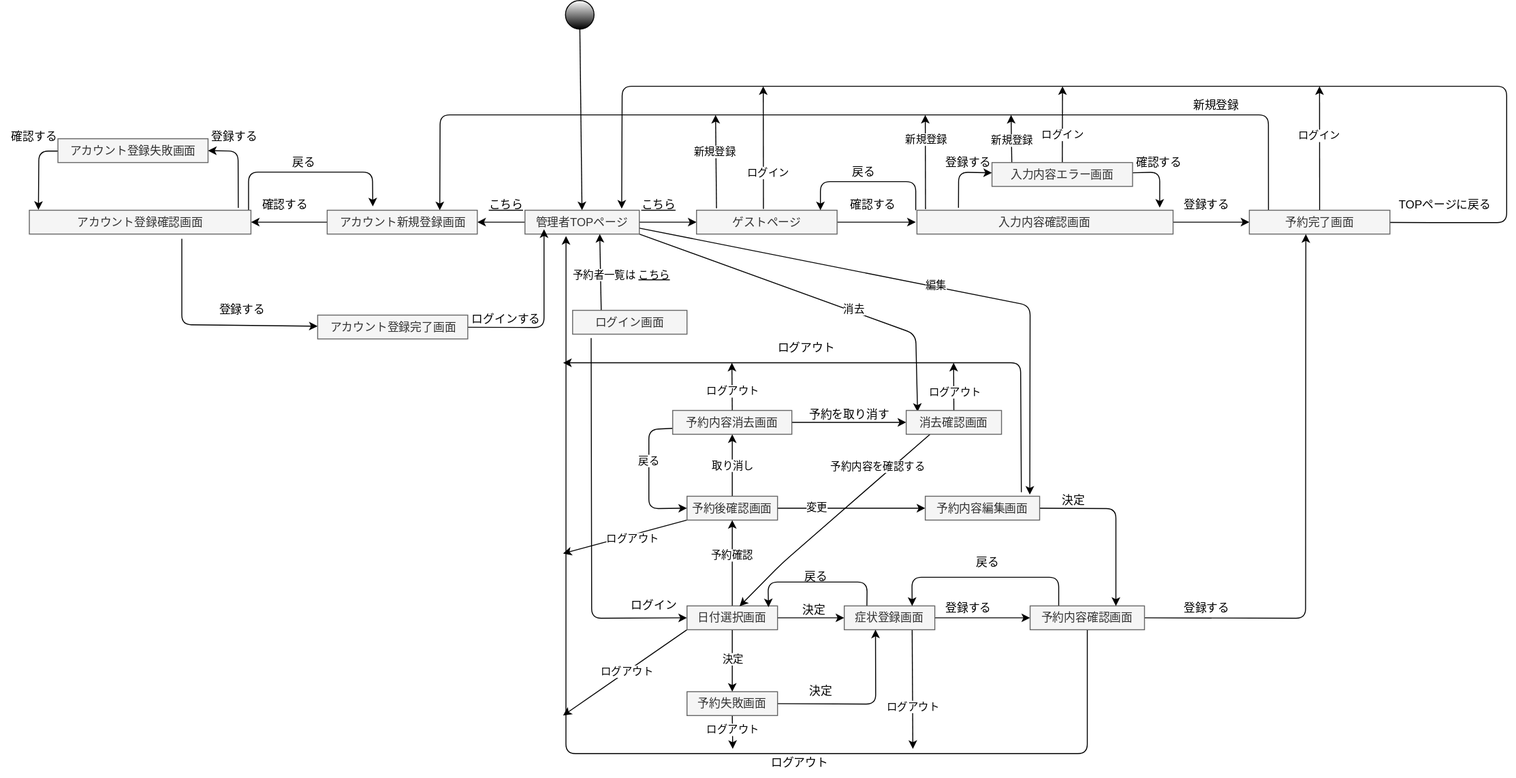
This is pja.drawio.svg from sakamotoshuri/uml_introduction, a draw.io export, as it was before one commit. Source tidied: cells renumbered, new cells last; positions are measured from the earlier drawing's top-left corner, leaving out a move shared by most shapes.
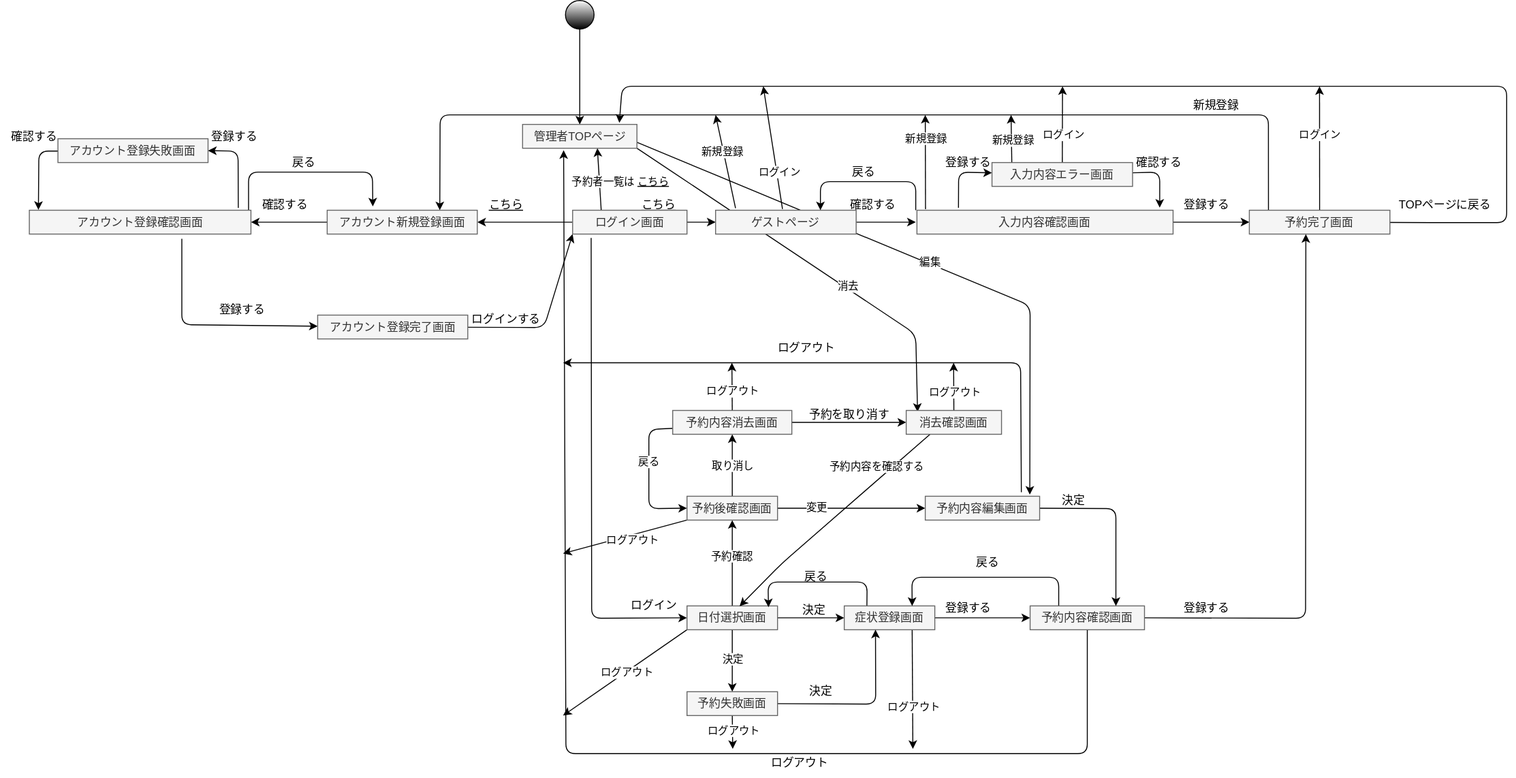
After the change.

What changed in the source:
```diff
@@ -8,10 +8,10 @@
     <mxCell id="3" style="ellipse;whiteSpace=wrap;html=1;gradientColor=#000000;" parent="1" vertex="1">
       <mxGeometry x="592.5" width="30" height="30" as="geometry" />
     </mxCell>
-    <mxCell id="4" style="edgeStyle=none;html=1;" parent="1" edge="1" source="13" target="19">
+    <mxCell id="4" style="edgeStyle=none;html=1;exitX=1;exitY=0.5;exitDx=0;exitDy=0;" parent="1" edge="1" source="115" target="19">
       <mxGeometry relative="1" as="geometry" />
     </mxCell>
-    <mxCell id="5" style="edgeStyle=none;html=1;" parent="1" edge="1" source="13" target="44">
+    <mxCell id="5" style="edgeStyle=none;html=1;exitX=0;exitY=0.5;exitDx=0;exitDy=0;" parent="1" edge="1" source="115" target="44">
       <mxGeometry relative="1" as="geometry" />
     </mxCell>
     <mxCell id="6" style="edgeStyle=none;html=1;startArrow=none;startFill=0;endArrow=classic;endFill=1;entryX=0;entryY=0.5;entryDx=0;entryDy=0;exitX=0.162;exitY=1.164;exitDx=0;exitDy=0;exitPerimeter=0;" parent="1" edge="1" source="115" target="68">
@@ -50,7 +50,7 @@
       <mxGeometry x="0.03" y="2" relative="1" as="geometry" />
     </mxCell>
     <mxCell id="13" value="管理者TOPページ" style="whiteSpace=wrap;html=1;fillColor=#f5f5f5;fontColor=#333333;strokeColor=#666666;" parent="1" vertex="1">
-      <mxGeometry x="550" y="220" width="120" height="25" as="geometry" />
+      <mxGeometry x="547.5" y="130" width="120" height="25" as="geometry" />
     </mxCell>
     <mxCell id="14" style="edgeStyle=none;html=1;" parent="1" edge="1" source="19">
       <mxGeometry relative="1" as="geometry">
@@ -76,7 +76,7 @@
       <mxGeometry x="0.23" y="2" relative="1" as="geometry" />
     </mxCell>
     <mxCell id="19" value="ゲストページ" style="whiteSpace=wrap;html=1;fillColor=#f5f5f5;fontColor=#333333;strokeColor=#666666;" parent="1" vertex="1">
-      <mxGeometry x="730" y="220" width="147.5" height="25" as="geometry" />
+      <mxGeometry x="750" y="220" width="147.5" height="25" as="geometry" />
     </mxCell>
     <mxCell id="20" style="edgeStyle=none;html=1;" parent="1" edge="1" target="31">
       <mxGeometry relative="1" as="geometry">
@@ -231,9 +231,8 @@
     <mxCell id="50" value="確認する" style="text;html=1;align=center;verticalAlign=middle;" parent="1" vertex="1">
       <mxGeometry x="262.5" y="200" width="70" height="30" as="geometry" />
     </mxCell>
-    <mxCell id="51" style="edgeStyle=none;html=1;startArrow=none;startFill=0;endArrow=classic;endFill=1;" parent="1" edge="1" source="52">
+    <mxCell id="51" style="edgeStyle=none;html=1;startArrow=none;startFill=0;endArrow=classic;endFill=1;entryX=0;entryY=1;entryDx=0;entryDy=0;" parent="1" edge="1" source="52" target="115">
       <mxGeometry relative="1" as="geometry">
-        <mxPoint x="570" y="240" as="targetPoint" />
         <Array as="points">
           <mxPoint x="570" y="343" />
         </Array>
@@ -502,7 +501,7 @@
       <mxGeometry x="961.2" y="220" width="268.8" height="25" as="geometry" />
     </mxCell>
     <mxCell id="115" value="ログイン画面" style="whiteSpace=wrap;html=1;fillColor=#f5f5f5;fontColor=#333333;strokeColor=#666666;" parent="1" vertex="1">
-      <mxGeometry x="600" y="325" width="120" height="25" as="geometry" />
+      <mxGeometry x="600" y="220" width="120" height="25" as="geometry" />
     </mxCell>
   </root>
 </mxGraphModel>
```
